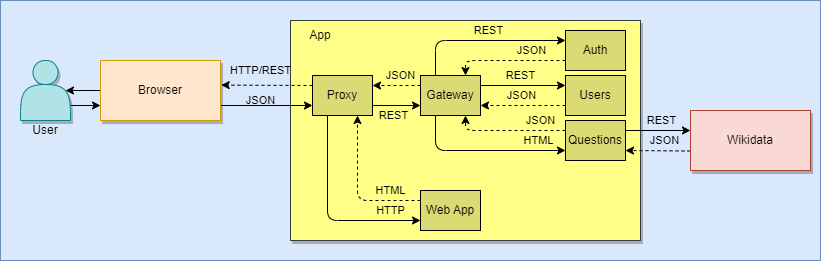
Arquisoft/wiq_es05b keeps this draw.io diagram as docs/images/05_level2.drawio.png. Above is the earlier version. Source tidied: cells renumbered, new cells last; positions are measured from the earlier drawing's top-left corner, leaving out a move shared by most shapes.
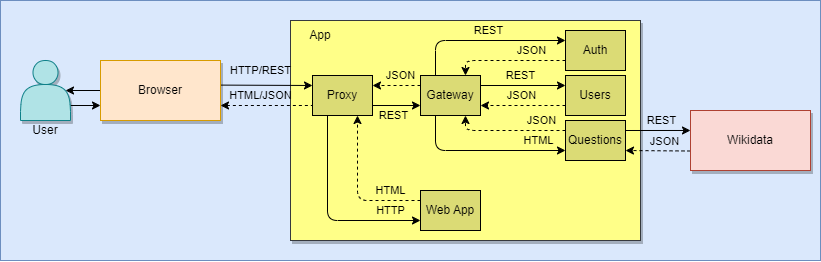
The same file after the commit.

Diff of the diagram source:
```diff
@@ -138,18 +138,18 @@
     <mxCell id="33" style="edgeStyle=none;html=1;exitX=0;exitY=0.5;exitDx=0;exitDy=0;entryX=0.9;entryY=0.5;entryDx=0;entryDy=0;entryPerimeter=0;" parent="1" edge="1" source="36" target="4">
       <mxGeometry relative="1" as="geometry" />
     </mxCell>
-    <mxCell id="34" style="edgeStyle=none;html=1;exitX=1;exitY=0.75;exitDx=0;exitDy=0;entryX=0;entryY=0.75;entryDx=0;entryDy=0;" parent="1" edge="1" source="36" target="43">
+    <mxCell id="34" style="edgeStyle=none;html=1;exitX=1;exitY=0.75;exitDx=0;exitDy=0;entryX=0;entryY=0.75;entryDx=0;entryDy=0;startArrow=classic;startFill=1;endArrow=none;endFill=0;dashed=1;" parent="1" edge="1" source="36" target="43">
       <mxGeometry relative="1" as="geometry" />
     </mxCell>
-    <mxCell id="35" value="JSON" style="edgeLabel;html=1;align=center;verticalAlign=middle;labelBackgroundColor=none;" parent="34" vertex="1">
+    <mxCell id="35" value="HTML/JSON" style="edgeLabel;html=1;align=center;verticalAlign=middle;labelBackgroundColor=none;" parent="34" vertex="1">
       <mxGeometry x="-0.29" y="-1" relative="1" as="geometry">
-        <mxPoint x="7" y="-6" as="offset" />
+        <mxPoint x="7" y="-11" as="offset" />
       </mxGeometry>
     </mxCell>
     <mxCell id="36" value="Browser" style="whiteSpace=wrap;html=1;fillColor=#ffe6cc;strokeColor=#d79b00;shadow=1;" parent="1" vertex="1">
       <mxGeometry x="100" y="60" width="120" height="60" as="geometry" />
     </mxCell>
-    <mxCell id="37" style="edgeStyle=none;html=1;exitX=0;exitY=0.25;exitDx=0;exitDy=0;entryX=1.006;entryY=0.41;entryDx=0;entryDy=0;entryPerimeter=0;dashed=1;" parent="1" edge="1" source="43" target="36">
+    <mxCell id="37" style="edgeStyle=none;html=1;exitX=0;exitY=0.25;exitDx=0;exitDy=0;entryX=1.006;entryY=0.41;entryDx=0;entryDy=0;entryPerimeter=0;startArrow=classic;startFill=1;endArrow=none;endFill=0;" parent="1" edge="1" source="43" target="36">
       <mxGeometry relative="1" as="geometry" />
     </mxCell>
     <mxCell id="38" value="HTTP/REST" style="edgeLabel;html=1;align=center;verticalAlign=middle;labelBackgroundColor=none;" parent="37" vertex="1">
```
